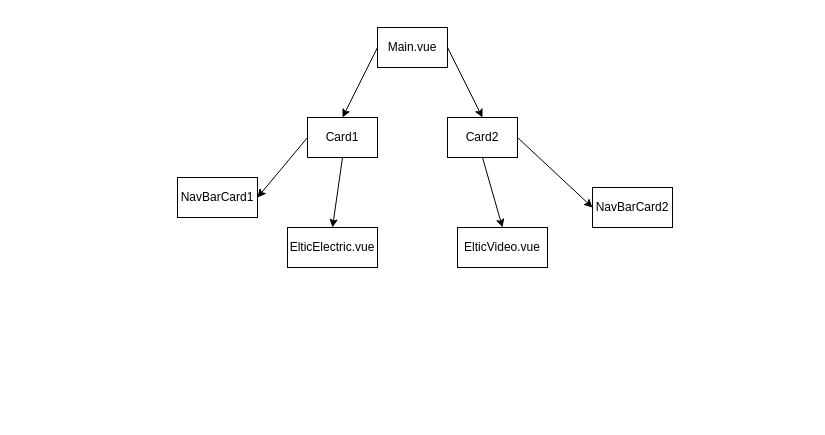
Before: drawio.drawio in Haxyos/Eltic, a draw.io diagram. Source tidied: cells renumbered, new cells numbered last; positions are measured from the earlier drawing's top-left corner, leaving out a move shared by most shapes. Both pictures are drawn from the tidied source at 100%, with x=0, y=0 at pixel (177, 27).
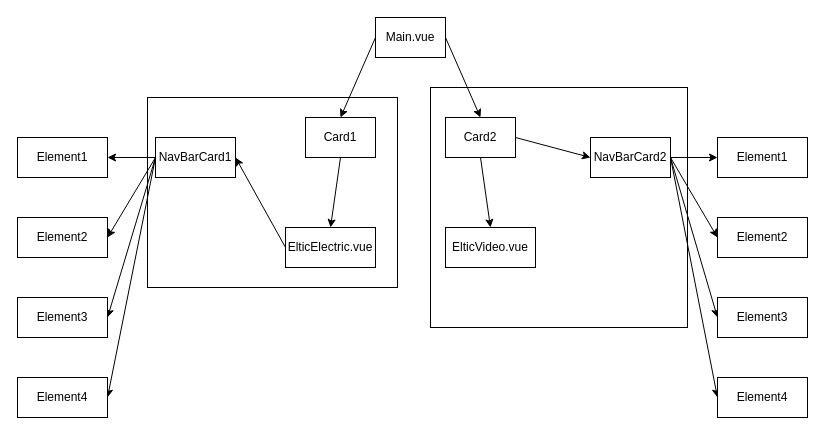
The same diagram, later.

The edit, as a diff of the source:
```diff
@@
-    <mxCell id="2" style="edgeStyle=none;html=1;exitX=0;exitY=0.5;exitDx=0;exitDy=0;entryX=1;entryY=0.5;entryDx=0;entryDy=0;" parent="1" edge="1" source="4" target="11">
-      <mxGeometry relative="1" as="geometry" />
-    </mxCell>
+    <mxCell id="15" style="rounded=0;whiteSpace=wrap;html=1;" parent="1" vertex="1">
+      <mxGeometry x="253" y="60" width="257" height="240" as="geometry" />
+    </mxCell>
+    <mxCell id="16" style="rounded=0;whiteSpace=wrap;html=1;" parent="1" vertex="1">
+      <mxGeometry x="-30" y="70" width="250" height="190" as="geometry" />
+    </mxCell>
@@
     <mxCell id="4" value="Card1" style="rounded=0;whiteSpace=wrap;html=1;" parent="1" vertex="1">
-      <mxGeometry x="130" y="90" width="70" height="40" as="geometry" />
+      <mxGeometry x="128" y="90" width="70" height="40" as="geometry" />
     </mxCell>
@@
     <mxCell id="7" value="Card2" style="rounded=0;whiteSpace=wrap;html=1;" parent="1" vertex="1">
-      <mxGeometry x="270" y="90" width="70" height="40" as="geometry" />
+      <mxGeometry x="268" y="90" width="70" height="40" as="geometry" />
     </mxCell>
     <mxCell id="8" value="Main.vue" style="rounded=0;whiteSpace=wrap;html=1;" parent="1" vertex="1">
-      <mxGeometry x="200" width="70" height="40" as="geometry" />
+      <mxGeometry x="198" y="-10" width="70" height="40" as="geometry" />
     </mxCell>
@@
+    <mxCell id="17" style="edgeStyle=none;html=1;exitX=0;exitY=0.5;exitDx=0;exitDy=0;entryX=1;entryY=0.5;entryDx=0;entryDy=0;" parent="1" edge="1" source="11" target="26">
+      <mxGeometry relative="1" as="geometry" />
+    </mxCell>
+    <mxCell id="18" style="edgeStyle=none;html=1;exitX=0;exitY=0.5;exitDx=0;exitDy=0;entryX=1;entryY=0.5;entryDx=0;entryDy=0;" parent="1" edge="1" source="11" target="27">
+      <mxGeometry relative="1" as="geometry" />
+    </mxCell>
+    <mxCell id="19" style="edgeStyle=none;html=1;exitX=0;exitY=0.5;exitDx=0;exitDy=0;entryX=1;entryY=0.5;entryDx=0;entryDy=0;" parent="1" edge="1" source="11" target="28">
+      <mxGeometry relative="1" as="geometry" />
+    </mxCell>
+    <mxCell id="20" style="edgeStyle=none;html=1;exitX=0;exitY=0.5;exitDx=0;exitDy=0;entryX=1;entryY=0.5;entryDx=0;entryDy=0;" parent="1" edge="1" source="11" target="29">
+      <mxGeometry relative="1" as="geometry" />
+    </mxCell>
     <mxCell id="11" value="NavBarCard1" style="rounded=0;whiteSpace=wrap;html=1;" parent="1" vertex="1">
-      <mxGeometry y="150" width="80" height="40" as="geometry" />
+      <mxGeometry x="-22" y="110" width="80" height="40" as="geometry" />
     </mxCell>
+    <mxCell id="21" style="edgeStyle=none;html=1;exitX=0;exitY=0.5;exitDx=0;exitDy=0;entryX=1;entryY=0.5;entryDx=0;entryDy=0;" parent="1" edge="1" source="12" target="11">
+      <mxGeometry relative="1" as="geometry" />
+    </mxCell>
     <mxCell id="12" value="ElticElectric.vue" style="rounded=0;whiteSpace=wrap;html=1;" parent="1" vertex="1">
-      <mxGeometry x="110" y="200" width="90" height="40" as="geometry" />
+      <mxGeometry x="108" y="200" width="90" height="40" as="geometry" />
     </mxCell>
+    <mxCell id="22" style="edgeStyle=none;html=1;exitX=1;exitY=0.5;exitDx=0;exitDy=0;" parent="1" edge="1" source="13" target="30">
+      <mxGeometry relative="1" as="geometry" />
+    </mxCell>
+    <mxCell id="23" style="edgeStyle=none;html=1;exitX=1;exitY=0.5;exitDx=0;exitDy=0;entryX=0;entryY=0.5;entryDx=0;entryDy=0;" parent="1" edge="1" source="13" target="31">
+      <mxGeometry relative="1" as="geometry" />
+    </mxCell>
+    <mxCell id="24" style="edgeStyle=none;html=1;exitX=1;exitY=0.5;exitDx=0;exitDy=0;entryX=0;entryY=0.5;entryDx=0;entryDy=0;" parent="1" edge="1" source="13" target="32">
+      <mxGeometry relative="1" as="geometry" />
+    </mxCell>
+    <mxCell id="25" style="edgeStyle=none;html=1;exitX=1;exitY=0.5;exitDx=0;exitDy=0;entryX=0;entryY=0.5;entryDx=0;entryDy=0;" parent="1" edge="1" source="13" target="33">
+      <mxGeometry relative="1" as="geometry" />
+    </mxCell>
     <mxCell id="13" value="NavBarCard2" style="rounded=0;whiteSpace=wrap;html=1;" parent="1" vertex="1">
-      <mxGeometry x="415" y="160" width="80" height="40" as="geometry" />
+      <mxGeometry x="413" y="110" width="80" height="40" as="geometry" />
     </mxCell>
     <mxCell id="14" value="ElticVideo.vue" style="rounded=0;whiteSpace=wrap;html=1;" parent="1" vertex="1">
-      <mxGeometry x="280" y="200" width="90" height="40" as="geometry" />
+      <mxGeometry x="268" y="200" width="90" height="40" as="geometry" />
     </mxCell>
+    <mxCell id="26" value="Element1" style="rounded=0;whiteSpace=wrap;html=1;" parent="1" vertex="1">
+      <mxGeometry x="-160" y="110" width="90" height="40" as="geometry" />
+    </mxCell>
+    <mxCell id="27" value="Element2" style="rounded=0;whiteSpace=wrap;html=1;" parent="1" vertex="1">
+      <mxGeometry x="-160" y="190" width="90" height="40" as="geometry" />
+    </mxCell>
+    <mxCell id="28" value="Element3" style="rounded=0;whiteSpace=wrap;html=1;" parent="1" vertex="1">
+      <mxGeometry x="-160" y="270" width="90" height="40" as="geometry" />
+    </mxCell>
+    <mxCell id="29" value="Element4" style="rounded=0;whiteSpace=wrap;html=1;" parent="1" vertex="1">
+      <mxGeometry x="-160" y="350" width="90" height="40" as="geometry" />
+    </mxCell>
+    <mxCell id="30" value="Element1" style="rounded=0;whiteSpace=wrap;html=1;" parent="1" vertex="1">
+      <mxGeometry x="540" y="110" width="90" height="40" as="geometry" />
+    </mxCell>
+    <mxCell id="31" value="Element2" style="rounded=0;whiteSpace=wrap;html=1;" parent="1" vertex="1">
+      <mxGeometry x="540" y="190" width="90" height="40" as="geometry" />
+    </mxCell>
+    <mxCell id="32" value="Element3" style="rounded=0;whiteSpace=wrap;html=1;" parent="1" vertex="1">
+      <mxGeometry x="540" y="270" width="90" height="40" as="geometry" />
+    </mxCell>
+    <mxCell id="33" value="Element4" style="rounded=0;whiteSpace=wrap;html=1;" parent="1" vertex="1">
+      <mxGeometry x="540" y="350" width="90" height="40" as="geometry" />
+    </mxCell>
```
